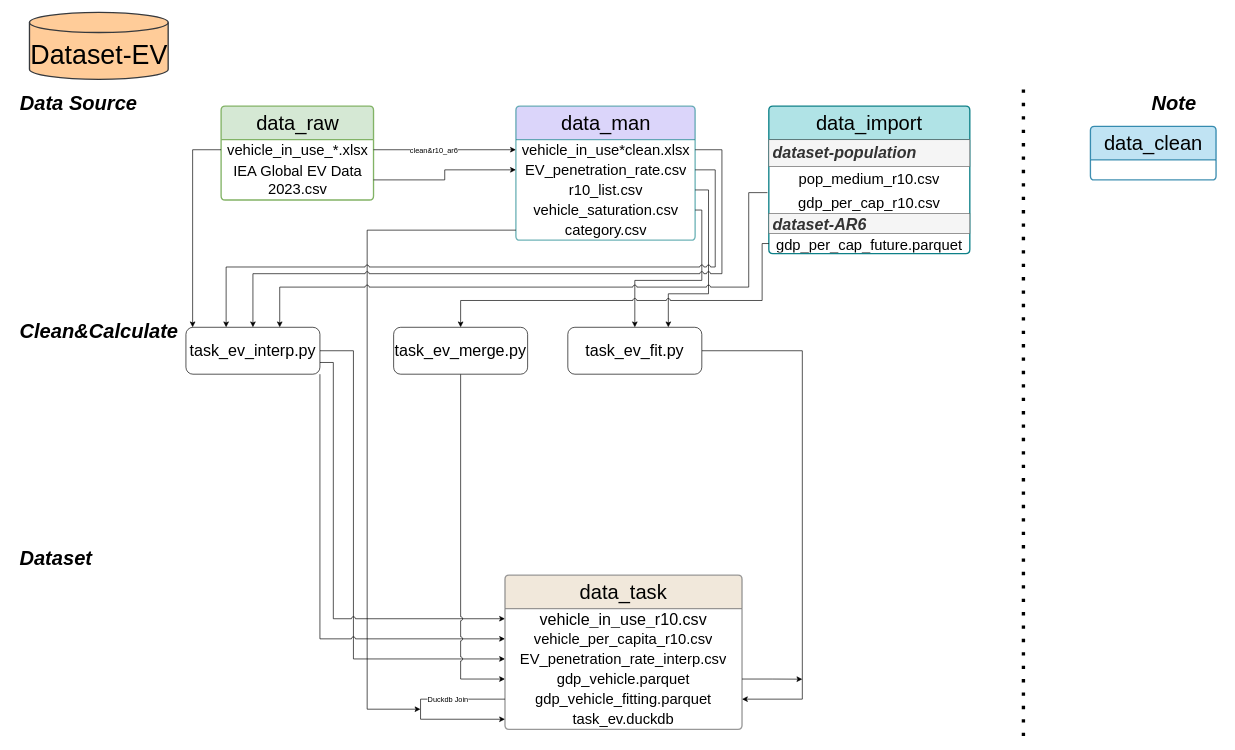
Before: structure.drawio in jenchen95/dataset-EV, a draw.io diagram. Source tidied: cells renumbered, new cells numbered last; positions are measured from the earlier drawing's top-left corner, leaving out a move shared by most shapes. Both pictures are drawn from the tidied source at 67%, with x=0, y=0 at pixel (11, 12).
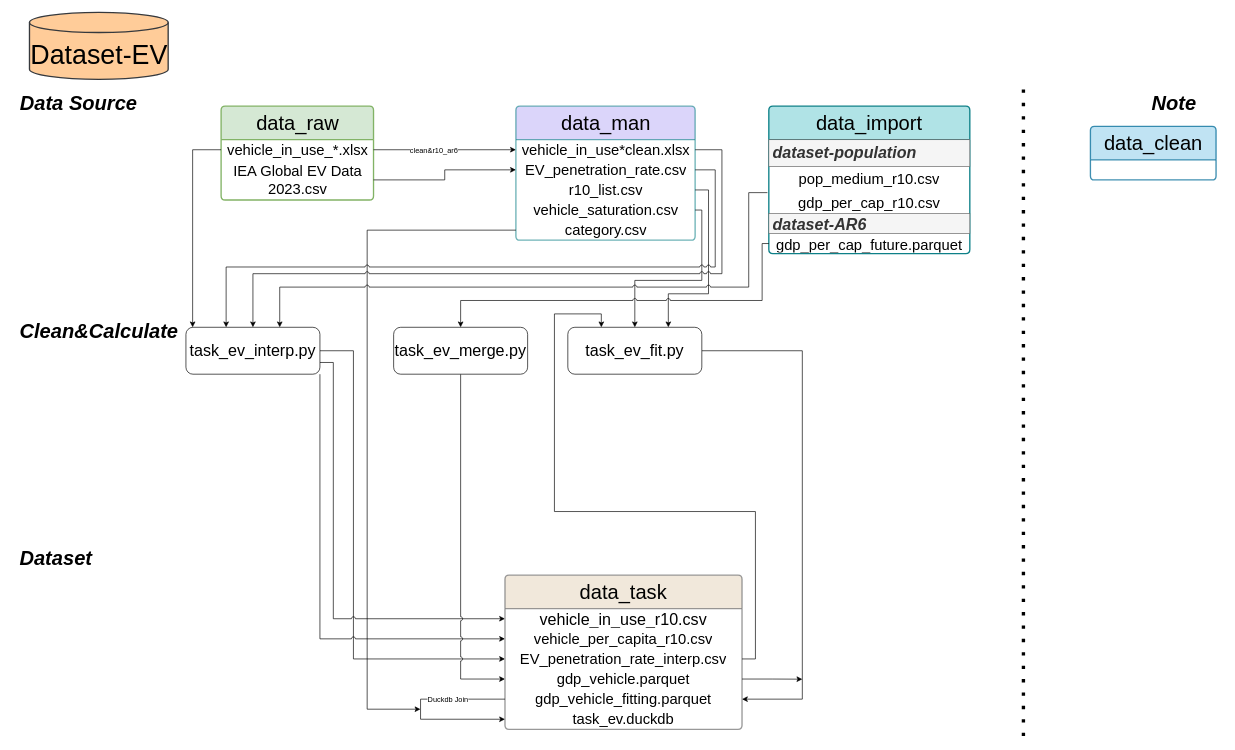
The same diagram, later.

The change refers to these unchanged cells:
```xml
<mxCell id="34" value="&lt;span style=&quot;font-size: 22px;&quot;&gt;EV_penetration_rate_interp.csv&lt;/span&gt;" style="text;strokeColor=none;fillColor=none;align=center;verticalAlign=middle;spacingLeft=4;spacingRight=4;overflow=hidden;points=[[0,0.5],[1,0.5]];portConstraint=eastwest;whiteSpace=wrap;html=1;" parent="31" vertex="1">
  <mxGeometry y="110" width="353.8" height="30" as="geometry" />
</mxCell>
<mxCell id="46" value="&lt;font style=&quot;font-size: 24px;&quot;&gt;task_ev_fit.py&lt;/font&gt;" style="rounded=1;whiteSpace=wrap;html=1;" parent="1" vertex="1">
  <mxGeometry x="830" y="470" width="200" height="70" as="geometry" />
</mxCell>
```

Diff of the diagram source:
```diff
@@
+    <mxCell id="54" style="edgeStyle=orthogonalEdgeStyle;rounded=0;jettySize=auto;html=1;exitX=1;exitY=0.5;exitDx=0;exitDy=0;entryX=0.25;entryY=0;entryDx=0;entryDy=0;" parent="1" edge="1" source="34" target="46">
+      <mxGeometry relative="1" as="geometry" />
+    </mxCell>
```
